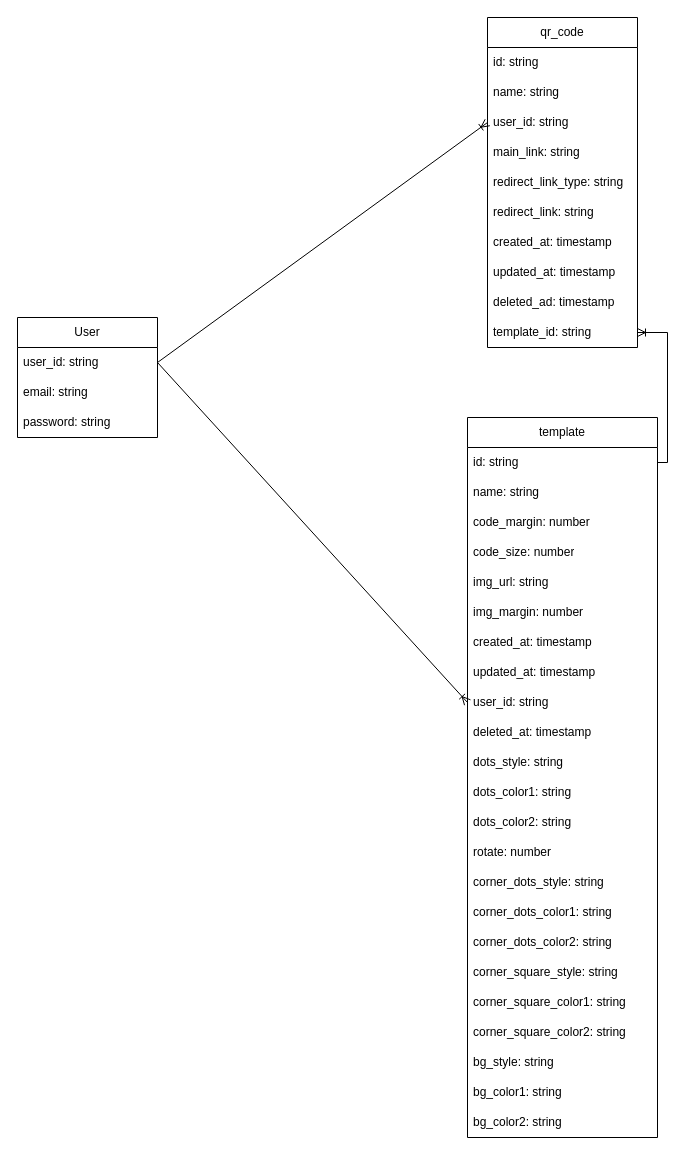
This is Диаграмма без названия.drawio from KlimBirukov/diagrams, a draw.io file, before an edit. Source tidied: cells renumbered, new cells numbered last; positions are measured from the earlier drawing's top-left corner, leaving out a move shared by most shapes. Both pictures are drawn from the tidied source at 100%, with x=0, y=0 at pixel (17, 17).
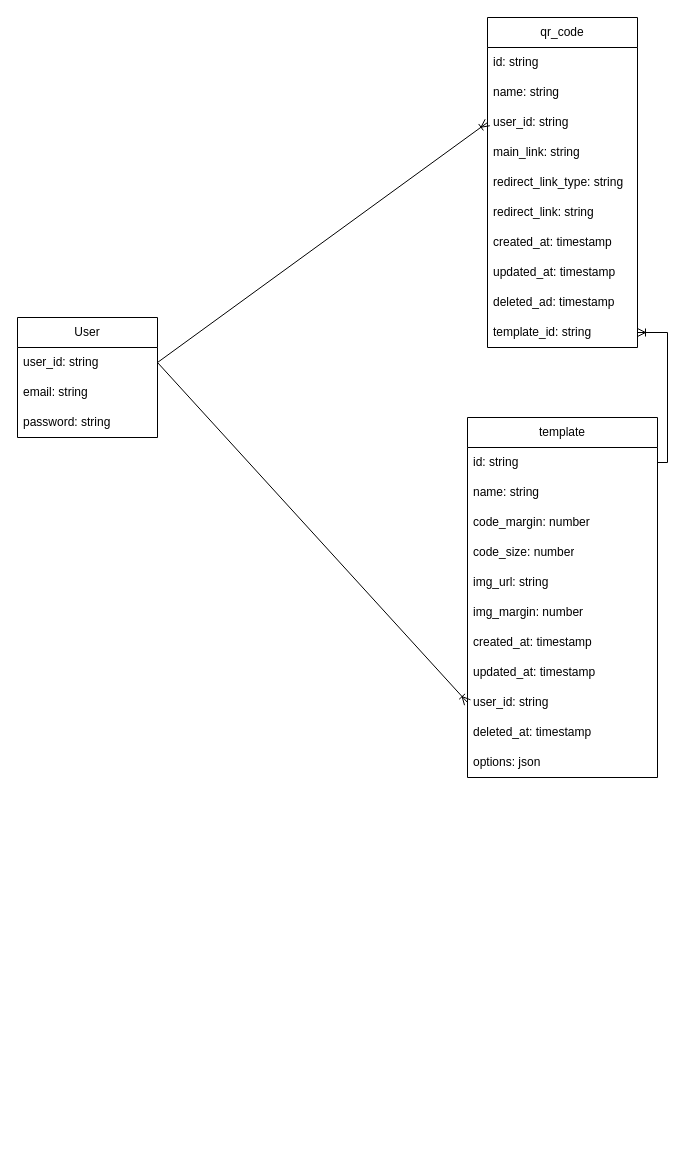
The same page after the edit.

Diff of the diagram source:
```diff
@@
     <mxCell id="13" value="template" style="swimlane;fontStyle=0;horizontal=1;startSize=30;whiteSpace=wrap;html=1;" parent="1" vertex="1">
-      <mxGeometry x="450" y="400" width="190" height="720" as="geometry" />
+      <mxGeometry x="450" y="400" width="190" height="360" as="geometry" />
     </mxCell>
@@
-    <mxCell id="24" value="dots_style: string" style="text;strokeColor=none;fillColor=none;align=left;verticalAlign=middle;spacingLeft=4;spacingRight=4;overflow=hidden;whiteSpace=wrap;html=1;" parent="13" vertex="1">
+    <mxCell id="24" value="options: json" style="text;strokeColor=none;fillColor=none;align=left;verticalAlign=middle;spacingLeft=4;spacingRight=4;overflow=hidden;whiteSpace=wrap;html=1;" parent="13" vertex="1">
       <mxGeometry y="330" width="190" height="30" as="geometry" />
     </mxCell>
-    <mxCell id="25" value="dots_color1: string" style="text;strokeColor=none;fillColor=none;align=left;verticalAlign=middle;spacingLeft=4;spacingRight=4;overflow=hidden;whiteSpace=wrap;html=1;" parent="13" vertex="1">
-      <mxGeometry y="360" width="190" height="30" as="geometry" />
-    </mxCell>
-    <mxCell id="26" value="dots_color2: string" style="text;strokeColor=none;fillColor=none;align=left;verticalAlign=middle;spacingLeft=4;spacingRight=4;overflow=hidden;whiteSpace=wrap;html=1;" parent="13" vertex="1">
-      <mxGeometry y="390" width="190" height="30" as="geometry" />
-    </mxCell>
-    <mxCell id="27" value="rotate: number" style="text;strokeColor=none;fillColor=none;align=left;verticalAlign=middle;spacingLeft=4;spacingRight=4;overflow=hidden;whiteSpace=wrap;html=1;" parent="13" vertex="1">
-      <mxGeometry y="420" width="190" height="30" as="geometry" />
-    </mxCell>
-    <mxCell id="28" value="corner_dots_style: string" style="text;strokeColor=none;fillColor=none;align=left;verticalAlign=middle;spacingLeft=4;spacingRight=4;overflow=hidden;whiteSpace=wrap;html=1;" parent="13" vertex="1">
-      <mxGeometry y="450" width="190" height="30" as="geometry" />
-    </mxCell>
-    <mxCell id="29" value="corner_dots_color1: string" style="text;strokeColor=none;fillColor=none;align=left;verticalAlign=middle;spacingLeft=4;spacingRight=4;overflow=hidden;whiteSpace=wrap;html=1;" parent="13" vertex="1">
-      <mxGeometry y="480" width="190" height="30" as="geometry" />
-    </mxCell>
-    <mxCell id="30" value="corner_dots_color2: string" style="text;strokeColor=none;fillColor=none;align=left;verticalAlign=middle;spacingLeft=4;spacingRight=4;overflow=hidden;whiteSpace=wrap;html=1;" parent="13" vertex="1">
-      <mxGeometry y="510" width="190" height="30" as="geometry" />
-    </mxCell>
-    <mxCell id="31" value="corner_square_style: string" style="text;strokeColor=none;fillColor=none;align=left;verticalAlign=middle;spacingLeft=4;spacingRight=4;overflow=hidden;whiteSpace=wrap;html=1;" parent="13" vertex="1">
-      <mxGeometry y="540" width="190" height="30" as="geometry" />
-    </mxCell>
-    <mxCell id="32" value="corner_square_color1: string" style="text;strokeColor=none;fillColor=none;align=left;verticalAlign=middle;spacingLeft=4;spacingRight=4;overflow=hidden;whiteSpace=wrap;html=1;" parent="13" vertex="1">
-      <mxGeometry y="570" width="190" height="30" as="geometry" />
-    </mxCell>
-    <mxCell id="33" value="corner_square_color2: string" style="text;strokeColor=none;fillColor=none;align=left;verticalAlign=middle;spacingLeft=4;spacingRight=4;overflow=hidden;whiteSpace=wrap;html=1;" parent="13" vertex="1">
-      <mxGeometry y="600" width="190" height="30" as="geometry" />
-    </mxCell>
-    <mxCell id="34" value="bg_style: string" style="text;strokeColor=none;fillColor=none;align=left;verticalAlign=middle;spacingLeft=4;spacingRight=4;overflow=hidden;whiteSpace=wrap;html=1;" parent="13" vertex="1">
-      <mxGeometry y="630" width="190" height="30" as="geometry" />
-    </mxCell>
-    <mxCell id="35" value="bg_color1: string" style="text;strokeColor=none;fillColor=none;align=left;verticalAlign=middle;spacingLeft=4;spacingRight=4;overflow=hidden;whiteSpace=wrap;html=1;" parent="13" vertex="1">
-      <mxGeometry y="660" width="190" height="30" as="geometry" />
-    </mxCell>
-    <mxCell id="36" value="bg_color2: string" style="text;strokeColor=none;fillColor=none;align=left;verticalAlign=middle;spacingLeft=4;spacingRight=4;overflow=hidden;whiteSpace=wrap;html=1;" parent="13" vertex="1">
-      <mxGeometry y="690" width="190" height="30" as="geometry" />
-    </mxCell>
```
